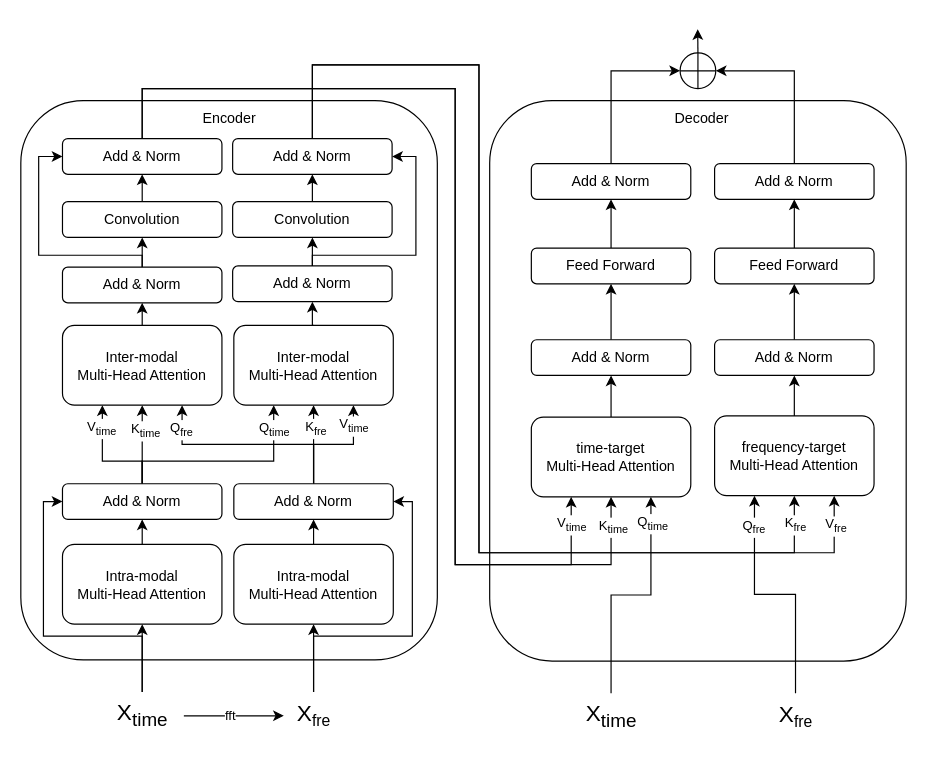
Before: SPR-CNN/Modality-aware.drawio in OuO333333/CNN4CE, a draw.io diagram. Source tidied: cells renumbered, new cells numbered last; positions are measured from the earlier drawing's top-left corner, leaving out a move shared by most shapes. Both pictures are drawn from the tidied source at 119%, with x=0, y=0 at pixel (20, 29).
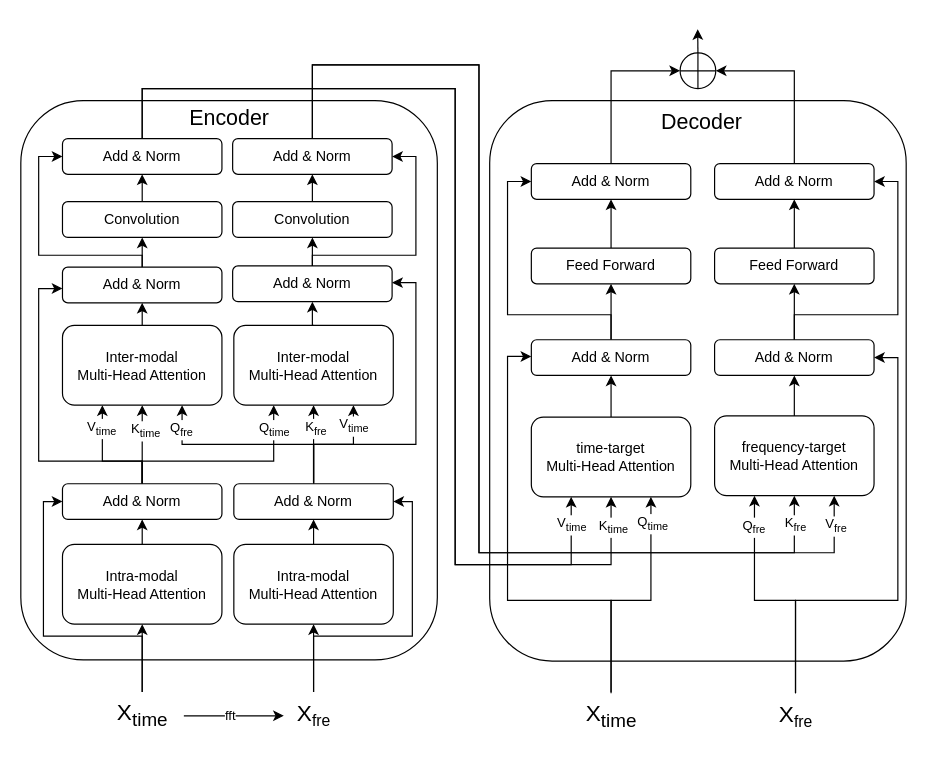
The same page after the edit.

The change refers to these unchanged cells:
```xml
<mxCell id="47" value="time-target&lt;div&gt;Multi-Head Attention&lt;/div&gt;" style="rounded=1;whiteSpace=wrap;html=1;" parent="1" vertex="1">
  <mxGeometry x="429" y="326" width="134" height="67" as="geometry" />
</mxCell>
<mxCell id="49" value="frequency-target&lt;div&gt;Multi-Head Attention&lt;/div&gt;" style="rounded=1;whiteSpace=wrap;html=1;" parent="1" vertex="1">
  <mxGeometry x="583" y="325" width="134" height="67" as="geometry" />
</mxCell>
<mxCell id="51" value="Add &amp;amp; Norm" style="rounded=1;whiteSpace=wrap;html=1;" parent="1" vertex="1">
  <mxGeometry x="429" y="261" width="134" height="30" as="geometry" />
</mxCell>
<mxCell id="53" value="Add &amp;amp; Norm" style="rounded=1;whiteSpace=wrap;html=1;" parent="1" vertex="1">
  <mxGeometry x="583" y="261" width="134" height="30" as="geometry" />
</mxCell>
<mxCell id="59" value="Add &amp;amp; Norm" style="rounded=1;whiteSpace=wrap;html=1;" parent="1" vertex="1">
  <mxGeometry x="429" y="113" width="134" height="30" as="geometry" />
</mxCell>
<mxCell id="61" value="Add &amp;amp; Norm" style="rounded=1;whiteSpace=wrap;html=1;" parent="1" vertex="1">
  <mxGeometry x="583" y="113" width="134" height="30" as="geometry" />
</mxCell>
<mxCell id="64" value="&lt;font style=&quot;font-size: 19px;&quot;&gt;X&lt;sub&gt;time&lt;/sub&gt;&lt;/font&gt;" style="text;html=1;align=center;verticalAlign=middle;points=[];strokeColor=none;fillColor=none;" parent="1" vertex="1">
  <mxGeometry x="461" y="558" width="70" height="40" as="geometry" />
</mxCell>
<mxCell id="67" value="&lt;font style=&quot;font-size: 19px;&quot;&gt;X&lt;/font&gt;&lt;font style=&quot;font-size: 15.8333px;&quot;&gt;&lt;sub&gt;fre&lt;/sub&gt;&lt;/font&gt;" style="text;html=1;align=center;verticalAlign=middle;points=[];strokeColor=none;fillColor=none;" parent="1" vertex="1">
  <mxGeometry x="626" y="558" width="50" height="40" as="geometry" />
</mxCell>
```

Change to the diagram source:
```diff
@@
+    <mxCell id="80" style="edgeStyle=orthogonalEdgeStyle;rounded=0;orthogonalLoop=1;jettySize=auto;html=1;exitX=0.5;exitY=0;exitDx=0;exitDy=0;entryX=0;entryY=0.5;entryDx=0;entryDy=0;" parent="1" edge="1">
+      <mxGeometry relative="1" as="geometry">
+        <mxPoint x="102" y="385" as="sourcePoint" />
+        <mxPoint x="35" y="218" as="targetPoint" />
+        <Array as="points">
+          <mxPoint x="102" y="363" />
+          <mxPoint x="15" y="363" />
+          <mxPoint x="15" y="218" />
+        </Array>
+      </mxGeometry>
+    </mxCell>
@@
+    <mxCell id="81" style="edgeStyle=orthogonalEdgeStyle;rounded=0;orthogonalLoop=1;jettySize=auto;html=1;exitX=0.5;exitY=0;exitDx=0;exitDy=0;entryX=1;entryY=0.5;entryDx=0;entryDy=0;" parent="1" edge="1">
+      <mxGeometry relative="1" as="geometry">
+        <mxPoint x="246" y="381" as="sourcePoint" />
+        <mxPoint x="312" y="213" as="targetPoint" />
+        <Array as="points">
+          <mxPoint x="246" y="349" />
+          <mxPoint x="332" y="349" />
+          <mxPoint x="332" y="213" />
+        </Array>
+      </mxGeometry>
+    </mxCell>
@@
+    <mxCell id="82" style="edgeStyle=orthogonalEdgeStyle;rounded=0;jettySize=auto;html=1;exitX=0.5;exitY=0;exitDx=0;exitDy=0;entryX=0;entryY=0.5;entryDx=0;entryDy=0;" parent="1" edge="1" source="51" target="59">
+      <mxGeometry relative="1" as="geometry">
+        <Array as="points">
+          <mxPoint x="496" y="240" />
+          <mxPoint x="409" y="240" />
+          <mxPoint x="409" y="128" />
+        </Array>
+      </mxGeometry>
+    </mxCell>
@@
+    <mxCell id="83" style="edgeStyle=orthogonalEdgeStyle;rounded=0;jettySize=auto;html=1;exitX=0.5;exitY=0;exitDx=0;exitDy=0;entryX=1;entryY=0.5;entryDx=0;entryDy=0;" parent="1" edge="1" source="53" target="61">
+      <mxGeometry relative="1" as="geometry">
+        <Array as="points">
+          <mxPoint x="650" y="240" />
+          <mxPoint x="737" y="240" />
+          <mxPoint x="737" y="128" />
+        </Array>
+      </mxGeometry>
+    </mxCell>
@@
     <mxCell id="62" style="edgeStyle=orthogonalEdgeStyle;rounded=0;jettySize=auto;html=1;entryX=0.75;entryY=1;entryDx=0;entryDy=0;" parent="1" edge="1" source="64" target="47">
-      <mxGeometry relative="1" as="geometry" />
+      <mxGeometry relative="1" as="geometry">
+        <Array as="points">
+          <mxPoint x="496" y="480" />
+          <mxPoint x="530" y="480" />
+        </Array>
+      </mxGeometry>
     </mxCell>
@@
+    <mxCell id="84" style="edgeStyle=orthogonalEdgeStyle;rounded=0;orthogonalLoop=1;jettySize=auto;html=1;entryX=0;entryY=0.5;entryDx=0;entryDy=0;" parent="1" edge="1">
+      <mxGeometry relative="1" as="geometry">
+        <mxPoint x="496" y="557" as="sourcePoint" />
+        <mxPoint x="429" y="275" as="targetPoint" />
+        <Array as="points">
+          <mxPoint x="496" y="480" />
+          <mxPoint x="409" y="480" />
+          <mxPoint x="409" y="275" />
+        </Array>
+      </mxGeometry>
+    </mxCell>
@@
     <mxCell id="65" style="edgeStyle=orthogonalEdgeStyle;rounded=0;jettySize=auto;html=1;entryX=0.25;entryY=1;entryDx=0;entryDy=0;" parent="1" edge="1" source="67" target="49">
-      <mxGeometry relative="1" as="geometry" />
+      <mxGeometry relative="1" as="geometry">
+        <Array as="points">
+          <mxPoint x="651" y="480" />
+          <mxPoint x="616" y="480" />
+        </Array>
+      </mxGeometry>
     </mxCell>
@@
+    <mxCell id="85" style="edgeStyle=orthogonalEdgeStyle;rounded=0;jettySize=auto;html=1;entryX=1;entryY=0.5;entryDx=0;entryDy=0;" parent="1" edge="1" source="67" target="53">
+      <mxGeometry relative="1" as="geometry">
+        <Array as="points">
+          <mxPoint x="651" y="480" />
+          <mxPoint x="737" y="480" />
+          <mxPoint x="737" y="276" />
+        </Array>
+      </mxGeometry>
+    </mxCell>
@@
-    <mxCell id="72" value="Encoder" style="text;html=1;align=center;verticalAlign=middle;strokeColor=none;fillColor=none;" parent="1" vertex="1">
-      <mxGeometry x="140" y="60" width="70" height="30" as="geometry" />
+    <mxCell id="72" value="&lt;font style=&quot;font-size: 18px;&quot;&gt;Encoder&lt;/font&gt;" style="text;html=1;align=center;verticalAlign=middle;strokeColor=none;fillColor=none;" parent="1" vertex="1">
+      <mxGeometry x="130" y="55" width="90" height="40" as="geometry" />
     </mxCell>
-    <mxCell id="73" value="Decoder" style="text;html=1;align=center;verticalAlign=middle;strokeColor=none;fillColor=none;" parent="1" vertex="1">
-      <mxGeometry x="537" y="60" width="70" height="30" as="geometry" />
+    <mxCell id="73" value="&lt;font style=&quot;font-size: 18px;&quot;&gt;Decoder&lt;/font&gt;" style="text;html=1;align=center;verticalAlign=middle;strokeColor=none;fillColor=none;" parent="1" vertex="1">
+      <mxGeometry x="527" y="58" width="90" height="40" as="geometry" />
     </mxCell>
```
